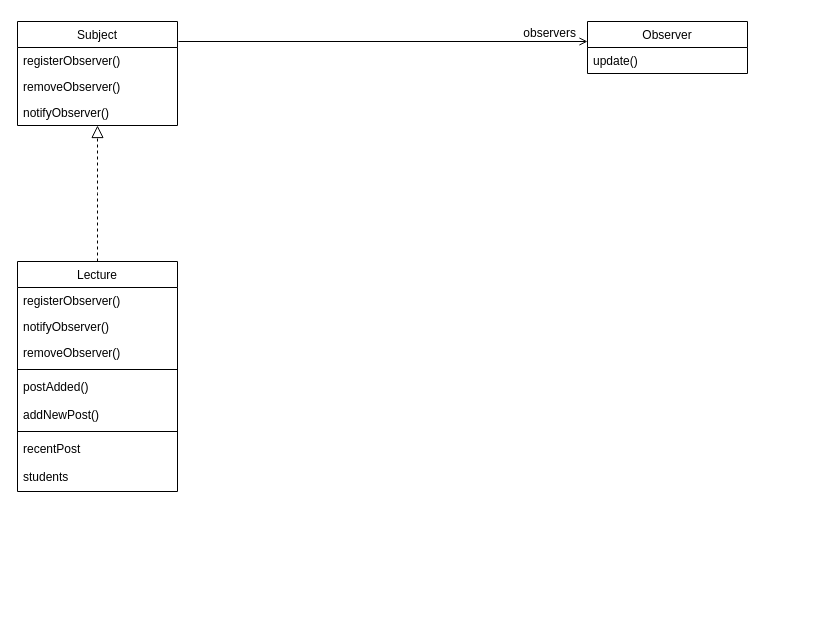
geoje/KwUniversity keeps this draw.io diagram as ProgrammingLanguage/KwPl/src/op1/op1.drawio. Above is the earlier version. Source tidied: cells renumbered, new cells numbered last; positions are measured from the earlier drawing's top-left corner, leaving out a move shared by most shapes. Both pictures are drawn from the tidied source at 100%, with x=0, y=0 at pixel (17, 21).
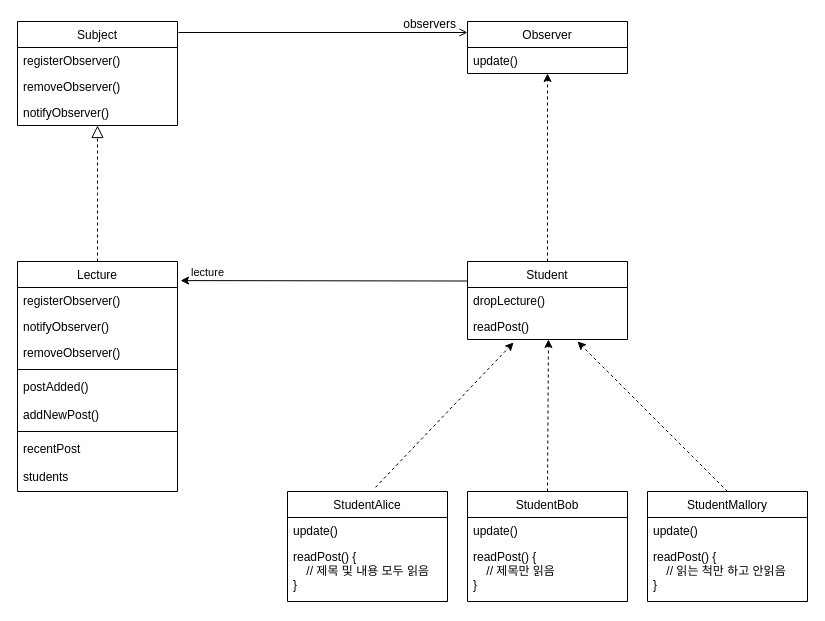
The same page after the edit.

The change refers to these unchanged cells:
```xml
<mxCell id="2" value="Subject" style="swimlane;fontStyle=0;align=center;verticalAlign=top;horizontal=1;startSize=26;rounded=0;shadow=0;strokeWidth=1;sketch=0;" parent="1" vertex="1">
  <mxGeometry width="160" height="104" as="geometry" />
</mxCell>
<mxCell id="6" value="Lecture" style="swimlane;fontStyle=0;align=center;verticalAlign=top;horizontal=1;startSize=26;rounded=0;shadow=0;strokeWidth=1;sketch=0;" parent="1" vertex="1">
  <mxGeometry y="240" width="160" height="230" as="geometry" />
</mxCell>
<mxCell id="18" value="update()" style="text;align=left;verticalAlign=top;spacingLeft=4;spacingRight=4;overflow=hidden;points=[[0,0.5],[1,0.5]];portConstraint=eastwest;" parent="17" vertex="1">
  <mxGeometry y="26" width="160" height="26" as="geometry" />
</mxCell>
```

Change to the diagram source:
```diff
@@
     <mxCell id="17" value="Observer" style="swimlane;fontStyle=0;align=center;verticalAlign=top;horizontal=1;startSize=26;rounded=0;shadow=0;strokeWidth=1;sketch=0;" parent="1" vertex="1">
-      <mxGeometry x="570" width="160" height="52" as="geometry" />
+      <mxGeometry x="450" width="160" height="52" as="geometry" />
     </mxCell>
@@
-    <mxCell id="19" style="endArrow=open;shadow=0;strokeWidth=1;rounded=0;endFill=1;edgeStyle=elbowEdgeStyle;elbow=vertical;sketch=0;" parent="1" edge="1" target="17">
+    <mxCell id="19" style="endArrow=open;shadow=0;strokeWidth=1;rounded=0;endFill=1;edgeStyle=elbowEdgeStyle;elbow=vertical;sketch=0;exitX=1.006;exitY=0.106;exitDx=0;exitDy=0;exitPerimeter=0;" parent="1" edge="1" source="2" target="17">
       <mxGeometry x="0.5" y="41" relative="1" as="geometry">
-        <mxPoint x="161" y="20" as="sourcePoint" />
         <mxPoint x="-40" y="32" as="offset" />
       </mxGeometry>
     </mxCell>
@@
+    <mxCell id="21" value="Student" style="swimlane;fontStyle=0;align=center;verticalAlign=top;horizontal=1;startSize=26;rounded=0;shadow=0;strokeWidth=1;sketch=0;" parent="1" vertex="1">
+      <mxGeometry x="450" y="240" width="160" height="78" as="geometry" />
+    </mxCell>
+    <mxCell id="22" value="dropLecture()" style="text;align=left;verticalAlign=top;spacingLeft=4;spacingRight=4;overflow=hidden;" parent="21" vertex="1">
+      <mxGeometry y="26" width="160" height="26" as="geometry" />
+    </mxCell>
+    <mxCell id="23" value="readPost()" style="text;align=left;verticalAlign=top;spacingLeft=4;spacingRight=4;overflow=hidden;points=[[0,0.5],[1,0.5]];portConstraint=eastwest;" parent="21" vertex="1">
+      <mxGeometry y="52" width="160" height="26" as="geometry" />
+    </mxCell>
+    <mxCell id="24" style="endArrow=classic;html=1;exitX=0.5;exitY=0;exitDx=0;exitDy=0;dashed=1;" parent="1" edge="1" source="21" target="18">
+      <mxGeometry relative="1" as="geometry" />
+    </mxCell>
+    <mxCell id="25" value="StudentBob" style="swimlane;fontStyle=0;align=center;verticalAlign=top;horizontal=1;startSize=26;rounded=0;shadow=0;strokeWidth=1;sketch=0;" parent="1" vertex="1">
+      <mxGeometry x="450" y="470" width="160" height="110" as="geometry" />
+    </mxCell>
+    <mxCell id="26" value="update()" style="text;align=left;verticalAlign=top;spacingLeft=4;spacingRight=4;overflow=hidden;" parent="25" vertex="1">
+      <mxGeometry y="26" width="160" height="26" as="geometry" />
+    </mxCell>
+    <mxCell id="27" value="readPost() {&#10;    // 제목만 읽음&#10;}" style="text;align=left;verticalAlign=top;spacingLeft=4;spacingRight=4;overflow=hidden;" parent="25" vertex="1">
+      <mxGeometry y="52" width="160" height="58" as="geometry" />
+    </mxCell>
+    <mxCell id="28" value="StudentAlice" style="swimlane;fontStyle=0;align=center;verticalAlign=top;horizontal=1;startSize=26;rounded=0;shadow=0;strokeWidth=1;sketch=0;" parent="1" vertex="1">
+      <mxGeometry x="270" y="470" width="160" height="110" as="geometry" />
+    </mxCell>
+    <mxCell id="29" value="update()" style="text;align=left;verticalAlign=top;spacingLeft=4;spacingRight=4;overflow=hidden;" parent="28" vertex="1">
+      <mxGeometry y="26" width="160" height="26" as="geometry" />
+    </mxCell>
+    <mxCell id="30" value="readPost() {&#10;    // 제목 및 내용 모두 읽음&#10;}" style="text;align=left;verticalAlign=top;spacingLeft=4;spacingRight=4;overflow=hidden;" parent="28" vertex="1">
+      <mxGeometry y="52" width="160" height="58" as="geometry" />
+    </mxCell>
+    <mxCell id="31" value="StudentMallory" style="swimlane;fontStyle=0;align=center;verticalAlign=top;horizontal=1;startSize=26;rounded=0;shadow=0;strokeWidth=1;sketch=0;" parent="1" vertex="1">
+      <mxGeometry x="630" y="470" width="160" height="110" as="geometry" />
+    </mxCell>
+    <mxCell id="32" value="update()" style="text;align=left;verticalAlign=top;spacingLeft=4;spacingRight=4;overflow=hidden;" parent="31" vertex="1">
+      <mxGeometry y="26" width="160" height="26" as="geometry" />
+    </mxCell>
+    <mxCell id="33" value="readPost() {&#10;    // 읽는 척만 하고 안읽음&#10;}" style="text;align=left;verticalAlign=top;spacingLeft=4;spacingRight=4;overflow=hidden;" parent="31" vertex="1">
+      <mxGeometry y="52" width="160" height="58" as="geometry" />
+    </mxCell>
+    <mxCell id="34" style="endArrow=classic;html=1;exitX=0.55;exitY=-0.038;exitDx=0;exitDy=0;dashed=1;entryX=0.288;entryY=1.115;entryDx=0;entryDy=0;entryPerimeter=0;exitPerimeter=0;" parent="1" edge="1" source="28" target="23">
+      <mxGeometry relative="1" as="geometry" />
+    </mxCell>
+    <mxCell id="35" style="endArrow=classic;html=1;exitX=0.5;exitY=0;exitDx=0;exitDy=0;dashed=1;entryX=0.506;entryY=1;entryDx=0;entryDy=0;entryPerimeter=0;" parent="1" edge="1" source="25" target="23">
+      <mxGeometry relative="1" as="geometry" />
+    </mxCell>
+    <mxCell id="36" style="endArrow=classic;html=1;exitX=0.5;exitY=0;exitDx=0;exitDy=0;dashed=1;entryX=0.688;entryY=1.077;entryDx=0;entryDy=0;entryPerimeter=0;" parent="1" edge="1" source="31" target="23">
+      <mxGeometry relative="1" as="geometry" />
+    </mxCell>
+    <mxCell id="37" value="lecture" style="endArrow=classic;html=1;exitX=0;exitY=0.25;exitDx=0;exitDy=0;entryX=1.019;entryY=0.083;entryDx=0;entryDy=0;entryPerimeter=0;" parent="1" edge="1" source="21" target="6">
+      <mxGeometry x="0.81" y="-8" relative="1" as="geometry" />
+    </mxCell>
```
